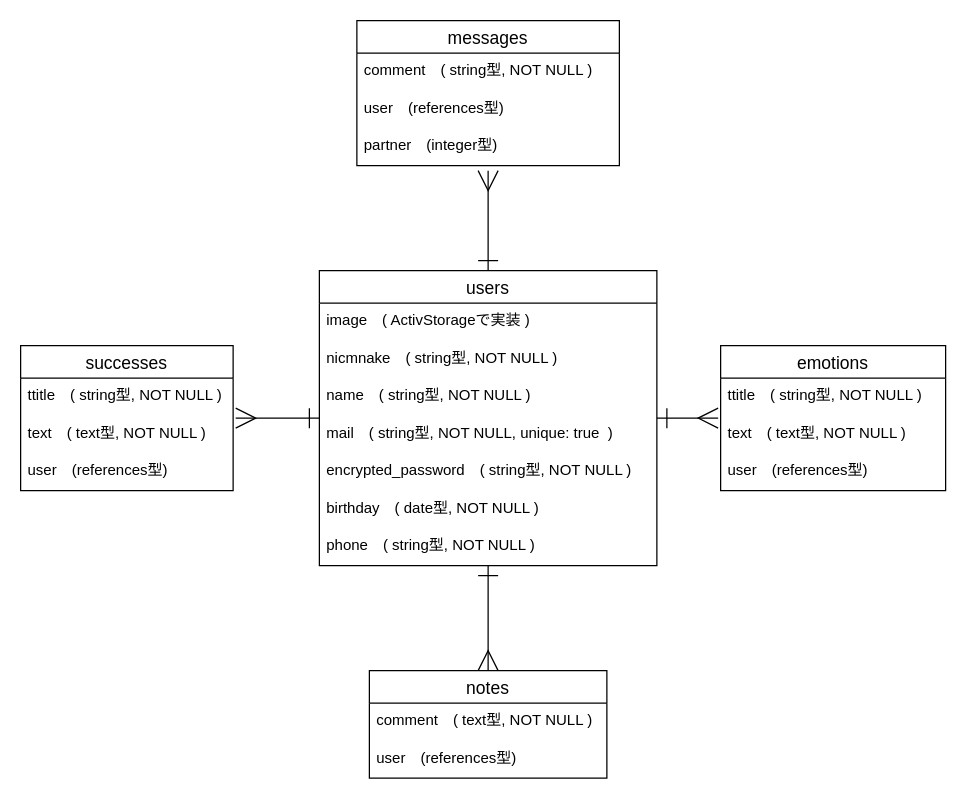
Earlier version of the draw.io diagram ER_selfy.dio (yabebebebe/SELFY). Source tidied: cells renumbered, new cells numbered last; positions are measured from the earlier drawing's top-left corner, leaving out a move shared by most shapes. Both pictures are drawn from the tidied source at 125%, with x=0, y=0 at pixel (20, 20).
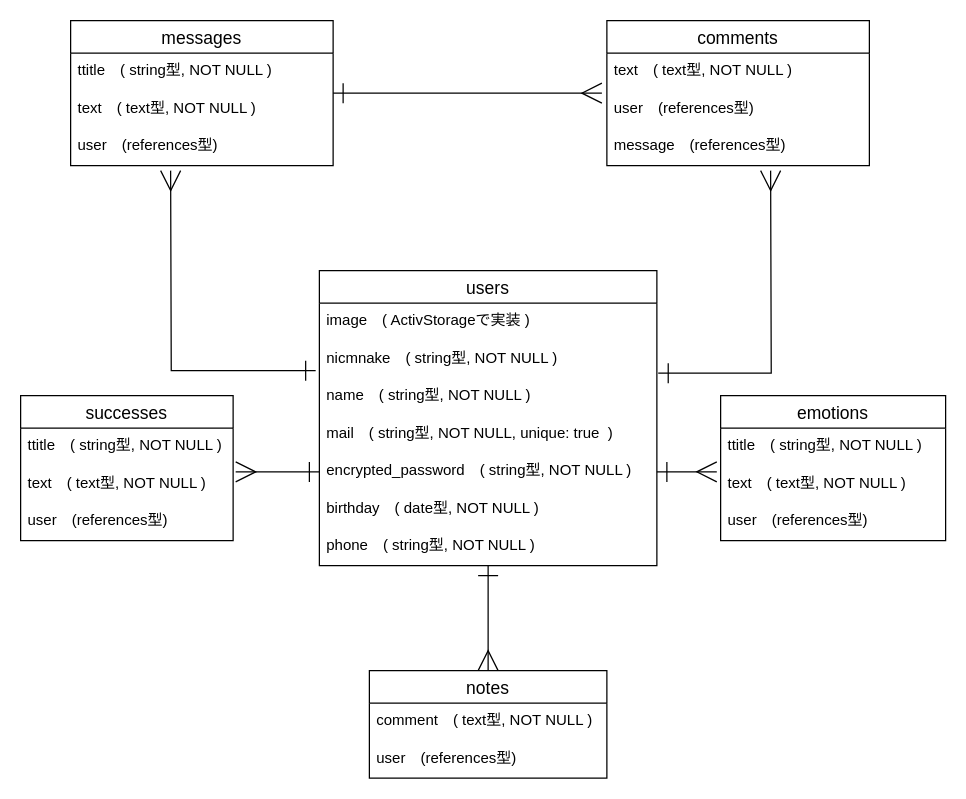
The same page after the edit.

The change refers to these unchanged cells:
```xml
<mxCell id="8" value="text　( text型, NOT NULL )" style="text;strokeColor=none;fillColor=none;spacingLeft=4;spacingRight=4;overflow=hidden;points=[[0,0.5],[1,0.5]];portConstraint=eastwest;fontSize=12;" parent="6" vertex="1">
  <mxGeometry y="56" width="180" height="30" as="geometry" />
</mxCell>
<mxCell id="12" value="text　( text型, NOT NULL )" style="text;strokeColor=none;fillColor=none;spacingLeft=4;spacingRight=4;overflow=hidden;points=[[0,0.5],[1,0.5]];portConstraint=eastwest;fontSize=12;" parent="10" vertex="1">
  <mxGeometry y="56" width="170" height="30" as="geometry" />
</mxCell>
<mxCell id="21" value="users" style="swimlane;fontStyle=0;horizontal=1;startSize=26;align=center;fontSize=14;" parent="1" vertex="1">
  <mxGeometry x="239" y="200" width="270" height="236" as="geometry" />
</mxCell>
<mxCell id="23" value="nicmnake　( string型, NOT NULL )" style="text;strokeColor=none;fillColor=none;spacingLeft=4;spacingRight=4;overflow=hidden;points=[[0,0.5],[1,0.5]];portConstraint=eastwest;fontSize=12;" parent="21" vertex="1">
  <mxGeometry y="56" width="270" height="30" as="geometry" />
</mxCell>
<mxCell id="26" value="encrypted_password　( string型, NOT NULL )" style="text;strokeColor=none;fillColor=none;spacingLeft=4;spacingRight=4;overflow=hidden;points=[[0,0.5],[1,0.5]];portConstraint=eastwest;fontSize=12;" parent="21" vertex="1">
  <mxGeometry y="146" width="270" height="30" as="geometry" />
</mxCell>
```

Diff of the diagram source:
```diff
@@
+    <mxCell id="29" style="edgeStyle=orthogonalEdgeStyle;rounded=0;jettySize=auto;html=1;entryX=-0.019;entryY=0.067;entryDx=0;entryDy=0;entryPerimeter=0;startArrow=ERone;startFill=0;endArrow=ERmany;endFill=0;startSize=14;endSize=14;" parent="1" edge="1" source="2" target="34">
+      <mxGeometry relative="1" as="geometry" />
+    </mxCell>
     <mxCell id="2" value="messages" style="swimlane;fontStyle=0;horizontal=1;startSize=26;align=center;fontSize=14;" parent="1" vertex="1">
-      <mxGeometry x="269" width="210" height="116" as="geometry" />
+      <mxGeometry x="40" width="210" height="116" as="geometry" />
     </mxCell>
-    <mxCell id="3" value="comment　( string型, NOT NULL )" style="text;strokeColor=none;fillColor=none;spacingLeft=4;spacingRight=4;overflow=hidden;fontSize=12;" parent="2" vertex="1">
+    <mxCell id="3" value="ttitle　( string型, NOT NULL )" style="text;strokeColor=none;fillColor=none;spacingLeft=4;spacingRight=4;overflow=hidden;fontSize=12;" parent="2" vertex="1">
       <mxGeometry y="26" width="210" height="30" as="geometry" />
     </mxCell>
-    <mxCell id="4" value="user　(references型)" style="text;strokeColor=none;fillColor=none;spacingLeft=4;spacingRight=4;overflow=hidden;fontSize=12;" parent="2" vertex="1">
+    <mxCell id="4" value="text　( text型, NOT NULL )" style="text;strokeColor=none;fillColor=none;spacingLeft=4;spacingRight=4;overflow=hidden;fontSize=12;" parent="2" vertex="1">
       <mxGeometry y="56" width="210" height="30" as="geometry" />
     </mxCell>
-    <mxCell id="5" value="partner　(integer型)" style="text;strokeColor=none;fillColor=none;spacingLeft=4;spacingRight=4;overflow=hidden;fontSize=12;" parent="2" vertex="1">
+    <mxCell id="5" value="user　(references型)" style="text;strokeColor=none;fillColor=none;spacingLeft=4;spacingRight=4;overflow=hidden;fontSize=12;" parent="2" vertex="1">
       <mxGeometry y="86" width="210" height="30" as="geometry" />
     </mxCell>
     <mxCell id="6" value="emotions" style="swimlane;fontStyle=0;horizontal=1;startSize=26;align=center;fontSize=14;" parent="1" vertex="1">
-      <mxGeometry x="560" y="260" width="180" height="116" as="geometry" />
+      <mxGeometry x="560" y="300" width="180" height="116" as="geometry" />
     </mxCell>
@@
     <mxCell id="10" value="successes" style="swimlane;fontStyle=0;horizontal=1;startSize=26;align=center;fontSize=14;" parent="1" vertex="1">
-      <mxGeometry y="260" width="170" height="116" as="geometry" />
+      <mxGeometry y="300" width="170" height="116" as="geometry" />
     </mxCell>
@@
-    <mxCell id="17" style="edgeStyle=orthogonalEdgeStyle;rounded=0;jettySize=auto;html=1;startArrow=ERone;startFill=0;endSize=14;startSize=14;endArrow=ERmany;endFill=0;" parent="1" edge="1" source="21">
+    <mxCell id="17" style="edgeStyle=orthogonalEdgeStyle;rounded=0;jettySize=auto;html=1;startArrow=ERone;startFill=0;endSize=14;startSize=14;endArrow=ERmany;endFill=0;exitX=-0.011;exitY=0.8;exitDx=0;exitDy=0;exitPerimeter=0;" parent="1" edge="1" source="23">
       <mxGeometry relative="1" as="geometry">
-        <mxPoint x="374" y="120" as="targetPoint" />
+        <mxPoint x="120" y="120" as="targetPoint" />
       </mxGeometry>
     </mxCell>
@@
-    <mxCell id="19" style="edgeStyle=orthogonalEdgeStyle;rounded=0;jettySize=auto;html=1;entryX=1.012;entryY=0.067;entryDx=0;entryDy=0;entryPerimeter=0;startArrow=ERone;startFill=0;endArrow=ERmany;endFill=0;startSize=14;endSize=14;" parent="1" edge="1" source="21" target="12">
-      <mxGeometry relative="1" as="geometry" />
-    </mxCell>
-    <mxCell id="20" style="edgeStyle=orthogonalEdgeStyle;rounded=0;jettySize=auto;html=1;entryX=-0.011;entryY=0.067;entryDx=0;entryDy=0;entryPerimeter=0;startArrow=ERone;startFill=0;endArrow=ERmany;endFill=0;startSize=14;endSize=14;" parent="1" edge="1" source="21" target="8">
-      <mxGeometry relative="1" as="geometry" />
-    </mxCell>
@@
+    <mxCell id="30" style="edgeStyle=orthogonalEdgeStyle;rounded=0;jettySize=auto;html=1;entryX=1.012;entryY=0.167;entryDx=0;entryDy=0;entryPerimeter=0;startArrow=ERone;startFill=0;endArrow=ERmany;endFill=0;endSize=14;startSize=14;" parent="1" edge="1" source="26" target="12">
+      <mxGeometry relative="1" as="geometry" />
+    </mxCell>
+    <mxCell id="31" style="edgeStyle=orthogonalEdgeStyle;rounded=0;jettySize=auto;html=1;entryX=-0.017;entryY=0.167;entryDx=0;entryDy=0;entryPerimeter=0;startArrow=ERone;startFill=0;endArrow=ERmany;endFill=0;startSize=14;endSize=14;" parent="1" edge="1" source="26" target="8">
+      <mxGeometry relative="1" as="geometry" />
+    </mxCell>
+    <mxCell id="32" value="comments" style="swimlane;fontStyle=0;horizontal=1;startSize=26;align=center;fontSize=14;" parent="1" vertex="1">
+      <mxGeometry x="469" width="210" height="116" as="geometry" />
+    </mxCell>
+    <mxCell id="33" value="text　( text型, NOT NULL )" style="text;strokeColor=none;fillColor=none;spacingLeft=4;spacingRight=4;overflow=hidden;fontSize=12;" parent="32" vertex="1">
+      <mxGeometry y="26" width="210" height="30" as="geometry" />
+    </mxCell>
+    <mxCell id="34" value="user　(references型)" style="text;strokeColor=none;fillColor=none;spacingLeft=4;spacingRight=4;overflow=hidden;points=[[0,0.5],[1,0.5]];portConstraint=eastwest;fontSize=12;" parent="32" vertex="1">
+      <mxGeometry y="56" width="210" height="30" as="geometry" />
+    </mxCell>
+    <mxCell id="35" value="message　(references型)" style="text;strokeColor=none;fillColor=none;spacingLeft=4;spacingRight=4;overflow=hidden;fontSize=12;" parent="32" vertex="1">
+      <mxGeometry y="86" width="210" height="30" as="geometry" />
+    </mxCell>
+    <mxCell id="36" style="edgeStyle=orthogonalEdgeStyle;rounded=0;jettySize=auto;html=1;startArrow=ERone;startFill=0;endArrow=ERmany;endFill=0;startSize=14;endSize=14;exitX=1.004;exitY=0.867;exitDx=0;exitDy=0;exitPerimeter=0;" parent="1" edge="1" source="23">
+      <mxGeometry relative="1" as="geometry">
+        <mxPoint x="600" y="120" as="targetPoint" />
+      </mxGeometry>
+    </mxCell>
```
